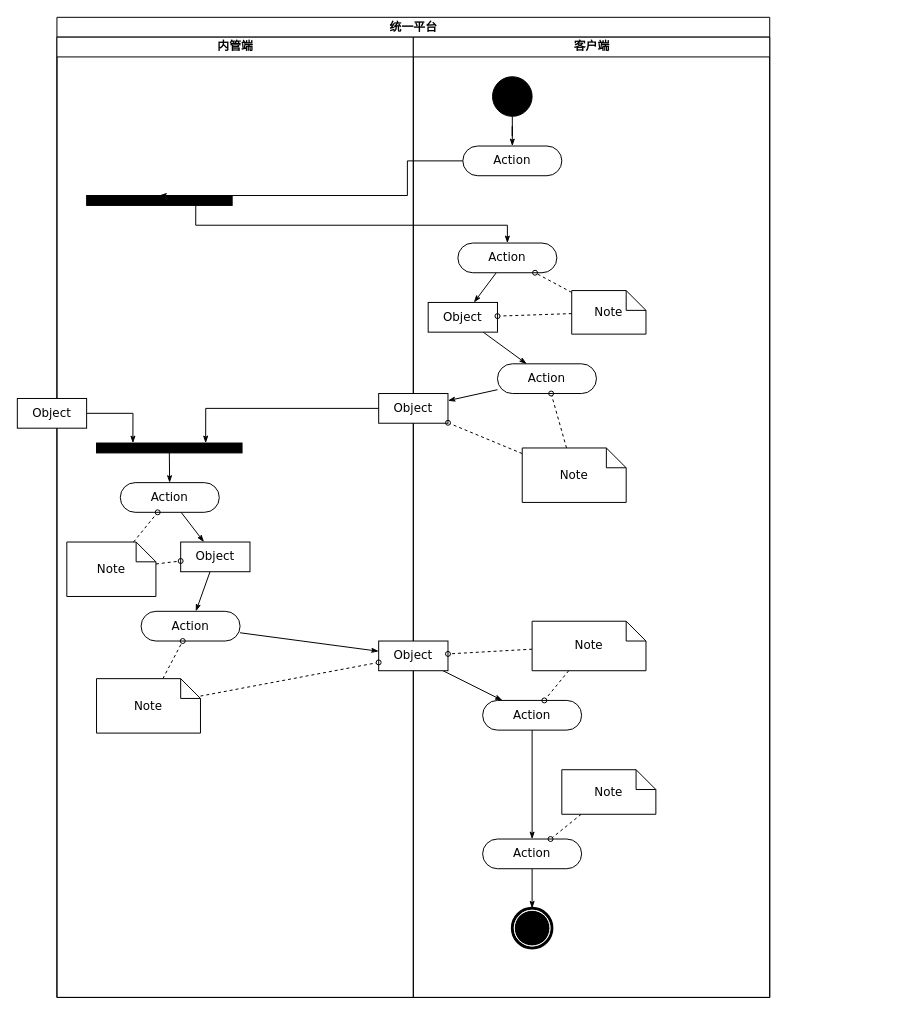
This is 统一平台.drawio from echohawkOuyang/NiceToMeetYou, a draw.io file, before an edit. Source tidied: cells renumbered, new cells numbered last; positions are measured from the earlier drawing's top-left corner, leaving out a move shared by most shapes. Both pictures are drawn from the tidied source at 99%, with x=0, y=0 at pixel (17, 17).
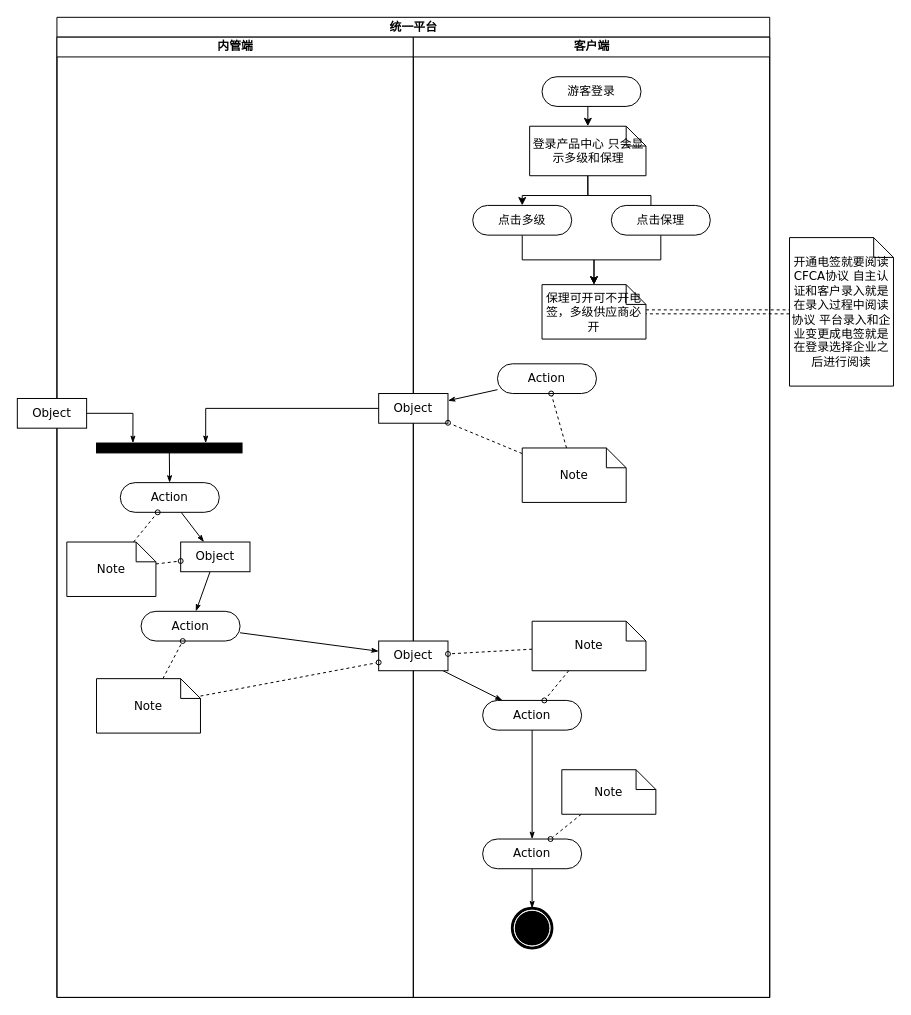
The same diagram, later.

Commit message:
更新统一平台.drawio

Unchanged cells that the change refers to:
```xml
<mxCell id="3" value="内管端" style="swimlane;html=1;startSize=20;" parent="2" vertex="1">
  <mxGeometry y="20" width="360" height="970" as="geometry" />
</mxCell>
<mxCell id="19" value="客户端" style="swimlane;html=1;startSize=20;" parent="1" vertex="1">
  <mxGeometry x="400" y="20" width="360" height="970" as="geometry" />
</mxCell>
<mxCell id="26" value="Action" style="rounded=1;whiteSpace=wrap;html=1;shadow=0;comic=0;labelBackgroundColor=none;strokeWidth=1;fontFamily=Verdana;fontSize=12;align=center;arcSize=50;" parent="19" vertex="1">
  <mxGeometry x="85" y="330" width="100" height="30" as="geometry" />
</mxCell>
```

Diff of the diagram source:
```diff
@@
-    <mxCell id="4" style="whiteSpace=wrap;html=1;rounded=0;shadow=0;comic=0;labelBackgroundColor=none;strokeWidth=1;fillColor=#000000;fontFamily=Verdana;fontSize=12;align=center;rotation=0;" parent="3" vertex="1">
-      <mxGeometry x="30" y="160" width="147" height="10" as="geometry" />
-    </mxCell>
@@
-    <mxCell id="20" style="edgeStyle=orthogonalEdgeStyle;rounded=0;html=1;labelBackgroundColor=none;startArrow=none;startFill=0;startSize=5;endArrow=classicThin;endFill=1;endSize=5;jettySize=auto;strokeWidth=1;fontFamily=Verdana;fontSize=12;" parent="19" edge="1" source="21" target="22">
-      <mxGeometry relative="1" as="geometry" />
-    </mxCell>
-    <mxCell id="21" style="ellipse;whiteSpace=wrap;html=1;rounded=0;shadow=0;comic=0;labelBackgroundColor=none;strokeWidth=1;fillColor=#000000;fontFamily=Verdana;fontSize=12;align=center;" parent="19" vertex="1">
-      <mxGeometry x="80" y="40" width="40" height="40" as="geometry" />
-    </mxCell>
+    <mxCell id="53" style="edgeStyle=orthogonalEdgeStyle;rounded=0;jettySize=auto;html=1;exitX=0.5;exitY=1;exitDx=0;exitDy=0;entryX=0.5;entryY=0;entryDx=0;entryDy=0;entryPerimeter=0;" parent="19" edge="1" source="22" target="56">
+      <mxGeometry relative="1" as="geometry" />
+    </mxCell>
-    <mxCell id="22" value="Action" style="rounded=1;whiteSpace=wrap;html=1;shadow=0;comic=0;labelBackgroundColor=none;strokeWidth=1;fontFamily=Verdana;fontSize=12;align=center;arcSize=50;" parent="19" vertex="1">
-      <mxGeometry x="50" y="110" width="100" height="30" as="geometry" />
+    <mxCell id="22" value="游客登录" style="rounded=1;whiteSpace=wrap;html=1;shadow=0;comic=0;labelBackgroundColor=none;strokeWidth=1;fontFamily=Verdana;fontSize=12;align=center;arcSize=50;" parent="19" vertex="1">
+      <mxGeometry x="130" y="40" width="100" height="30" as="geometry" />
     </mxCell>
-    <mxCell id="23" style="rounded=0;html=1;labelBackgroundColor=none;startArrow=none;startFill=0;startSize=5;endArrow=classicThin;endFill=1;endSize=5;jettySize=auto;strokeWidth=1;fontFamily=Verdana;fontSize=12;" parent="19" edge="1" source="24" target="28">
-      <mxGeometry relative="1" as="geometry" />
-    </mxCell>
-    <mxCell id="24" value="Action" style="rounded=1;whiteSpace=wrap;html=1;shadow=0;comic=0;labelBackgroundColor=none;strokeWidth=1;fontFamily=Verdana;fontSize=12;align=center;arcSize=50;" parent="19" vertex="1">
-      <mxGeometry x="45" y="208" width="100" height="30" as="geometry" />
-    </mxCell>
@@
-    <mxCell id="27" style="edgeStyle=none;rounded=0;html=1;labelBackgroundColor=none;startArrow=none;startFill=0;startSize=5;endArrow=classicThin;endFill=1;endSize=5;jettySize=auto;strokeWidth=1;fontFamily=Verdana;fontSize=12;" parent="19" edge="1" source="28" target="26">
-      <mxGeometry relative="1" as="geometry" />
-    </mxCell>
-    <mxCell id="28" value="Object" style="rounded=0;whiteSpace=wrap;html=1;shadow=0;comic=0;labelBackgroundColor=none;strokeWidth=1;fontFamily=Verdana;fontSize=12;align=center;arcSize=50;" parent="19" vertex="1">
-      <mxGeometry x="15" y="268" width="70" height="30" as="geometry" />
-    </mxCell>
@@
-    <mxCell id="37" style="edgeStyle=none;rounded=0;html=1;dashed=1;labelBackgroundColor=none;startArrow=none;startFill=0;startSize=5;endArrow=oval;endFill=0;endSize=5;jettySize=auto;strokeWidth=1;fontFamily=Verdana;fontSize=12;" parent="19" edge="1" source="39" target="24">
-      <mxGeometry relative="1" as="geometry" />
-    </mxCell>
-    <mxCell id="38" style="edgeStyle=none;rounded=0;html=1;dashed=1;labelBackgroundColor=none;startArrow=none;startFill=0;startSize=5;endArrow=oval;endFill=0;endSize=5;jettySize=auto;strokeWidth=1;fontFamily=Verdana;fontSize=12;" parent="19" edge="1" source="39" target="28">
-      <mxGeometry relative="1" as="geometry" />
-    </mxCell>
-    <mxCell id="39" value="Note" style="shape=note;whiteSpace=wrap;html=1;rounded=0;shadow=0;comic=0;labelBackgroundColor=none;strokeWidth=1;fontFamily=Verdana;fontSize=12;align=center;size=20;" parent="19" vertex="1">
-      <mxGeometry x="160" y="256" width="75" height="44" as="geometry" />
-    </mxCell>
@@
-    <mxCell id="48" style="edgeStyle=orthogonalEdgeStyle;rounded=0;html=1;entryX=0.5;entryY=0;labelBackgroundColor=none;startArrow=none;startFill=0;startSize=5;endArrow=classicThin;endFill=1;endSize=5;jettySize=auto;strokeWidth=1;fontFamily=Verdana;fontSize=12;" parent="1" edge="1" source="22" target="4">
-      <mxGeometry relative="1" as="geometry">
-        <Array as="points">
-          <mxPoint x="394" y="145" />
-        </Array>
-      </mxGeometry>
-    </mxCell>
-    <mxCell id="49" style="edgeStyle=orthogonalEdgeStyle;rounded=0;html=1;exitX=0.75;exitY=1;labelBackgroundColor=none;startArrow=none;startFill=0;startSize=5;endArrow=classicThin;endFill=1;endSize=5;jettySize=auto;strokeWidth=1;fontFamily=Verdana;fontSize=12;" parent="1" edge="1" source="4" target="24">
-      <mxGeometry relative="1" as="geometry">
-        <Array as="points">
-          <mxPoint x="430" y="210" />
-          <mxPoint x="635" y="210" />
-        </Array>
-      </mxGeometry>
-    </mxCell>
+    <mxCell id="54" style="edgeStyle=orthogonalEdgeStyle;rounded=0;jettySize=auto;html=1;exitX=0.5;exitY=1;exitDx=0;exitDy=0;exitPerimeter=0;entryX=0.5;entryY=0;entryDx=0;entryDy=0;" parent="19" edge="1" source="56" target="58">
+      <mxGeometry relative="1" as="geometry" />
+    </mxCell>
+    <mxCell id="55" style="edgeStyle=orthogonalEdgeStyle;rounded=0;jettySize=auto;html=1;exitX=0.5;exitY=1;exitDx=0;exitDy=0;exitPerimeter=0;entryX=0.4;entryY=0.333;entryDx=0;entryDy=0;entryPerimeter=0;" parent="19" edge="1" source="56" target="60">
+      <mxGeometry relative="1" as="geometry" />
+    </mxCell>
+    <mxCell id="56" value="登录产品中心 只会显示多级和保理" style="shape=note;whiteSpace=wrap;html=1;rounded=0;shadow=0;comic=0;labelBackgroundColor=none;strokeWidth=1;fontFamily=Verdana;fontSize=12;align=center;size=20;" parent="19" vertex="1">
+      <mxGeometry x="117.5" y="90" width="117.5" height="50" as="geometry" />
+    </mxCell>
+    <mxCell id="57" style="edgeStyle=orthogonalEdgeStyle;rounded=0;jettySize=auto;html=1;exitX=0.5;exitY=1;exitDx=0;exitDy=0;entryX=0.5;entryY=0;entryDx=0;entryDy=0;entryPerimeter=0;" parent="19" edge="1" source="58" target="61">
+      <mxGeometry relative="1" as="geometry" />
+    </mxCell>
+    <mxCell id="58" value="点击多级" style="rounded=1;whiteSpace=wrap;html=1;shadow=0;comic=0;labelBackgroundColor=none;strokeWidth=1;fontFamily=Verdana;fontSize=12;align=center;arcSize=50;" parent="19" vertex="1">
+      <mxGeometry x="60" y="170" width="100" height="30" as="geometry" />
+    </mxCell>
+    <mxCell id="59" style="edgeStyle=orthogonalEdgeStyle;rounded=0;jettySize=auto;html=1;exitX=0.5;exitY=1;exitDx=0;exitDy=0;entryX=0.5;entryY=0;entryDx=0;entryDy=0;entryPerimeter=0;" parent="19" edge="1" source="60" target="61">
+      <mxGeometry relative="1" as="geometry" />
+    </mxCell>
+    <mxCell id="60" value="点击保理" style="rounded=1;whiteSpace=wrap;html=1;shadow=0;comic=0;labelBackgroundColor=none;strokeWidth=1;fontFamily=Verdana;fontSize=12;align=center;arcSize=50;" parent="19" vertex="1">
+      <mxGeometry x="200" y="170" width="100" height="30" as="geometry" />
+    </mxCell>
+    <mxCell id="61" value="保理可开可不开电签，多级供应商必开" style="shape=note;whiteSpace=wrap;html=1;rounded=0;shadow=0;comic=0;labelBackgroundColor=none;strokeWidth=1;fontFamily=Verdana;fontSize=12;align=center;size=20;" parent="19" vertex="1">
+      <mxGeometry x="130" y="250" width="105" height="55" as="geometry" />
+    </mxCell>
@@
+    <mxCell id="62" value="开通电签就要阅读CFCA协议 自主认证和客户录入就是在录入过程中阅读协议 平台录入和企业变更成电签就是在登录选择企业之后进行阅读" style="shape=note;whiteSpace=wrap;html=1;rounded=0;shadow=0;comic=0;labelBackgroundColor=none;strokeWidth=1;fontFamily=Verdana;fontSize=12;align=center;size=20;" parent="1" vertex="1">
+      <mxGeometry x="780" y="222.5" width="105" height="150" as="geometry" />
+    </mxCell>
+    <mxCell id="63" style="edgeStyle=orthogonalEdgeStyle;rounded=0;jettySize=auto;html=1;dashed=1;shape=link;" parent="1" edge="1" source="61" target="62">
+      <mxGeometry relative="1" as="geometry" />
+    </mxCell>
```
